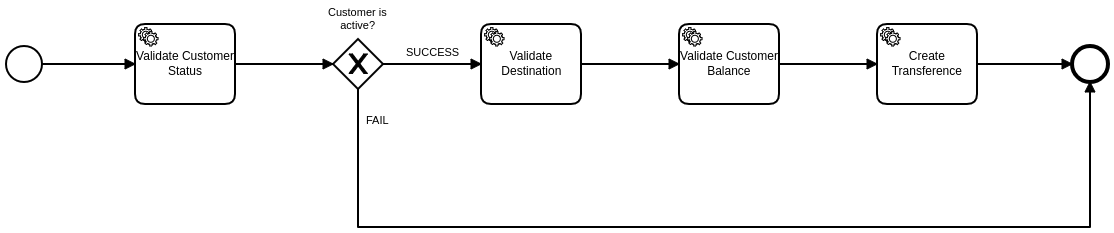
Before: docs/image/transference-workflow.png, a diagram exported from BPMN (ricardofpu/spring-boot-camunda-example). Its source is kept beside it as camunda-example-workflow/src/main/resources/workflow/transference-workflow.bpmn. Ids are renumbered. Source of this version:
```xml
<bpmn:definitions xmlns:bpmn="http://www.omg.org/spec/BPMN/20100524/MODEL" xmlns:bpmndi="http://www.omg.org/spec/BPMN/20100524/DI" xmlns:di="http://www.omg.org/spec/DD/20100524/DI" xmlns:dc="http://www.omg.org/spec/DD/20100524/DC" xmlns:camunda="http://camunda.org/schema/1.0/bpmn" xmlns:xsi="http://www.w3.org/2001/XMLSchema-instance" id="Definitions_n1" targetNamespace="http://bpmn.io/schema/bpmn" exporter="Camunda Modeler" exporterVersion="1.16.2">
  <bpmn:process id="TRANSFERENCE_WORKFLOW" name="Transference Workflow" isExecutable="true">
    <bpmn:startEvent id="StartEvent_1">
      <bpmn:outgoing>SequenceFlow_n2</bpmn:outgoing>
    </bpmn:startEvent>
    <bpmn:sequenceFlow id="SequenceFlow_n2" sourceRef="StartEvent_1" targetRef="VALIDATE_ORIGIN_CUSTOMER" />
    <bpmn:serviceTask id="VALIDATE_ORIGIN_CUSTOMER" name="Validate Origin Status" camunda:asyncBefore="true" camunda:delegateExpression="${validateOriginTask}">
      <bpmn:incoming>SequenceFlow_n2</bpmn:incoming>
      <bpmn:outgoing>SequenceFlow_n3</bpmn:outgoing>
    </bpmn:serviceTask>
    <bpmn:exclusiveGateway id="ORIGIN_IS_ACTIVE_GATEWAY" name="Origin is active?" camunda:asyncBefore="true">
      <bpmn:incoming>SequenceFlow_n3</bpmn:incoming>
      <bpmn:outgoing>SequenceFlow_n4</bpmn:outgoing>
      <bpmn:outgoing>SequenceFlow_n5</bpmn:outgoing>
    </bpmn:exclusiveGateway>
    <bpmn:sequenceFlow id="SequenceFlow_n3" sourceRef="VALIDATE_ORIGIN_CUSTOMER" targetRef="ORIGIN_IS_ACTIVE_GATEWAY" />
    <bpmn:endEvent id="EndEvent_n6">
      <bpmn:incoming>SequenceFlow_n4</bpmn:incoming>
      <bpmn:incoming>SequenceFlow_n7</bpmn:incoming>
    </bpmn:endEvent>
    <bpmn:sequenceFlow id="SequenceFlow_n4" name="FAIL" sourceRef="ORIGIN_IS_ACTIVE_GATEWAY" targetRef="EndEvent_n6">
      <bpmn:conditionExpression xsi:type="bpmn:tFormalExpression">${execution.getVariable("isOriginActive") == false}</bpmn:conditionExpression>
    </bpmn:sequenceFlow>
    <bpmn:sequenceFlow id="SequenceFlow_n5" name="SUCCESS" sourceRef="ORIGIN_IS_ACTIVE_GATEWAY" targetRef="SUB_PROCESS_CREATE_TRANSFERENCE">
      <bpmn:conditionExpression xsi:type="bpmn:tFormalExpression">${execution.getVariable("isOriginActive") == true}</bpmn:conditionExpression>
    </bpmn:sequenceFlow>
    <bpmn:callActivity id="SUB_PROCESS_CREATE_TRANSFERENCE" name="Create Transference" calledElement="EXECUTE_TRANSFERENCE_FLOW">
      <bpmn:extensionElements>
        <camunda:in variables="all" />
        <camunda:in businessKey="#{execution.processBusinessKey}" />
      </bpmn:extensionElements>
      <bpmn:incoming>SequenceFlow_n5</bpmn:incoming>
      <bpmn:outgoing>SequenceFlow_n7</bpmn:outgoing>
    </bpmn:callActivity>
    <bpmn:sequenceFlow id="SequenceFlow_n7" sourceRef="SUB_PROCESS_CREATE_TRANSFERENCE" targetRef="EndEvent_n6" />
  </bpmn:process>
  <bpmndi:BPMNDiagram id="BPMNDiagram_1">
    <bpmndi:BPMNPlane id="BPMNPlane_1" bpmnElement="TRANSFERENCE_WORKFLOW">
      <bpmndi:BPMNShape id="_BPMNShape_StartEvent_2" bpmnElement="StartEvent_1">
        <dc:Bounds x="173" y="102" width="36" height="36" />
      </bpmndi:BPMNShape>
      <bpmndi:BPMNEdge id="SequenceFlow_n2_di" bpmnElement="SequenceFlow_n2">
        <di:waypoint x="209" y="120" />
        <di:waypoint x="304" y="120" />
      </bpmndi:BPMNEdge>
      <bpmndi:BPMNShape id="ServiceTask_0rtto1b_di" bpmnElement="VALIDATE_ORIGIN_CUSTOMER">
        <dc:Bounds x="304" y="80" width="100" height="80" />
      </bpmndi:BPMNShape>
      <bpmndi:BPMNShape id="ExclusiveGateway_00teb31_di" bpmnElement="ORIGIN_IS_ACTIVE_GATEWAY" isMarkerVisible="true">
        <dc:Bounds x="504" y="95" width="50" height="50" />
        <bpmndi:BPMNLabel>
          <dc:Bounds x="489" y="75" width="79" height="14" />
        </bpmndi:BPMNLabel>
      </bpmndi:BPMNShape>
      <bpmndi:BPMNEdge id="SequenceFlow_n3_di" bpmnElement="SequenceFlow_n3">
        <di:waypoint x="404" y="120" />
        <di:waypoint x="504" y="120" />
      </bpmndi:BPMNEdge>
      <bpmndi:BPMNShape id="EndEvent_n6_di" bpmnElement="EndEvent_n6">
        <dc:Bounds x="848" y="102" width="36" height="36" />
      </bpmndi:BPMNShape>
      <bpmndi:BPMNEdge id="SequenceFlow_n4_di" bpmnElement="SequenceFlow_n4">
        <di:waypoint x="529" y="145" />
        <di:waypoint x="529" y="228" />
        <di:waypoint x="866" y="228" />
        <di:waypoint x="866" y="138" />
        <bpmndi:BPMNLabel>
          <dc:Bounds x="537" y="157" width="23" height="14" />
        </bpmndi:BPMNLabel>
      </bpmndi:BPMNEdge>
      <bpmndi:BPMNEdge id="SequenceFlow_n5_di" bpmnElement="SequenceFlow_n5">
        <di:waypoint x="554" y="120" />
        <di:waypoint x="654" y="120" />
        <bpmndi:BPMNLabel>
          <dc:Bounds x="570" y="100" width="53" height="14" />
        </bpmndi:BPMNLabel>
      </bpmndi:BPMNEdge>
      <bpmndi:BPMNShape id="CallActivity_1977ss7_di" bpmnElement="SUB_PROCESS_CREATE_TRANSFERENCE">
        <dc:Bounds x="654" y="80" width="100" height="80" />
      </bpmndi:BPMNShape>
      <bpmndi:BPMNEdge id="SequenceFlow_n7_di" bpmnElement="SequenceFlow_n7">
        <di:waypoint x="754" y="120" />
        <di:waypoint x="848" y="120" />
      </bpmndi:BPMNEdge>
    </bpmndi:BPMNPlane>
  </bpmndi:BPMNDiagram>
</bpmn:definitions>
```
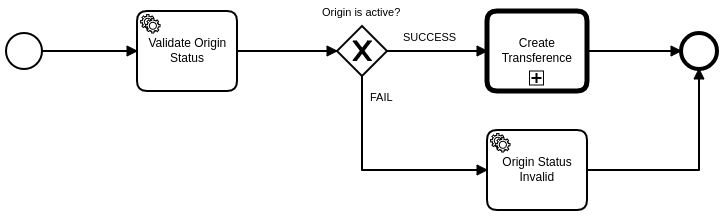
The same diagram one commit later.

Change to the diagram source:
```diff
@@ -15,10 +15,10 @@
     </bpmn:exclusiveGateway>
     <bpmn:sequenceFlow id="SequenceFlow_n3" sourceRef="VALIDATE_ORIGIN_CUSTOMER" targetRef="ORIGIN_IS_ACTIVE_GATEWAY" />
     <bpmn:endEvent id="EndEvent_n6">
-      <bpmn:incoming>SequenceFlow_n4</bpmn:incoming>
       <bpmn:incoming>SequenceFlow_n7</bpmn:incoming>
+      <bpmn:incoming>SequenceFlow_n8</bpmn:incoming>
     </bpmn:endEvent>
-    <bpmn:sequenceFlow id="SequenceFlow_n4" name="FAIL" sourceRef="ORIGIN_IS_ACTIVE_GATEWAY" targetRef="EndEvent_n6">
+    <bpmn:sequenceFlow id="SequenceFlow_n4" name="FAIL" sourceRef="ORIGIN_IS_ACTIVE_GATEWAY" targetRef="ORIGIN_STATUS_INVALID">
       <bpmn:conditionExpression xsi:type="bpmn:tFormalExpression">${execution.getVariable("isOriginActive") == false}</bpmn:conditionExpression>
     </bpmn:sequenceFlow>
     <bpmn:sequenceFlow id="SequenceFlow_n5" name="SUCCESS" sourceRef="ORIGIN_IS_ACTIVE_GATEWAY" targetRef="SUB_PROCESS_CREATE_TRANSFERENCE">
@@ -33,6 +33,19 @@
       <bpmn:outgoing>SequenceFlow_n7</bpmn:outgoing>
     </bpmn:callActivity>
     <bpmn:sequenceFlow id="SequenceFlow_n7" sourceRef="SUB_PROCESS_CREATE_TRANSFERENCE" targetRef="EndEvent_n6" />
+    <bpmn:serviceTask id="ORIGIN_STATUS_INVALID" name="Origin Status Invalid" camunda:asyncBefore="true" camunda:delegateExpression="${finishTransferenceTask}">
+      <bpmn:extensionElements>
+        <camunda:field name="status">
+          <camunda:string>REFUSED</camunda:string>
+        </camunda:field>
+        <camunda:field name="reason">
+          <camunda:string>Customer origin is not active</camunda:string>
+        </camunda:field>
+      </bpmn:extensionElements>
+      <bpmn:incoming>SequenceFlow_n4</bpmn:incoming>
+      <bpmn:outgoing>SequenceFlow_n8</bpmn:outgoing>
+    </bpmn:serviceTask>
+    <bpmn:sequenceFlow id="SequenceFlow_n8" sourceRef="ORIGIN_STATUS_INVALID" targetRef="EndEvent_n6" />
   </bpmn:process>
   <bpmndi:BPMNDiagram id="BPMNDiagram_1">
     <bpmndi:BPMNPlane id="BPMNPlane_1" bpmnElement="TRANSFERENCE_WORKFLOW">
@@ -61,11 +74,10 @@
       </bpmndi:BPMNShape>
       <bpmndi:BPMNEdge id="SequenceFlow_n4_di" bpmnElement="SequenceFlow_n4">
         <di:waypoint x="529" y="145" />
-        <di:waypoint x="529" y="228" />
-        <di:waypoint x="866" y="228" />
-        <di:waypoint x="866" y="138" />
+        <di:waypoint x="529" y="239" />
+        <di:waypoint x="654" y="239" />
         <bpmndi:BPMNLabel>
-          <dc:Bounds x="537" y="157" width="23" height="14" />
+          <dc:Bounds x="537" y="160" width="23" height="14" />
         </bpmndi:BPMNLabel>
       </bpmndi:BPMNEdge>
       <bpmndi:BPMNEdge id="SequenceFlow_n5_di" bpmnElement="SequenceFlow_n5">
@@ -82,6 +94,14 @@
         <di:waypoint x="754" y="120" />
         <di:waypoint x="848" y="120" />
       </bpmndi:BPMNEdge>
+      <bpmndi:BPMNShape id="ServiceTask_0t2cr9k_di" bpmnElement="ORIGIN_STATUS_INVALID">
+        <dc:Bounds x="654" y="199" width="100" height="80" />
+      </bpmndi:BPMNShape>
+      <bpmndi:BPMNEdge id="SequenceFlow_n8_di" bpmnElement="SequenceFlow_n8">
+        <di:waypoint x="754" y="239" />
+        <di:waypoint x="866" y="239" />
+        <di:waypoint x="866" y="138" />
+      </bpmndi:BPMNEdge>
     </bpmndi:BPMNPlane>
   </bpmndi:BPMNDiagram>
 </bpmn:definitions>
```
